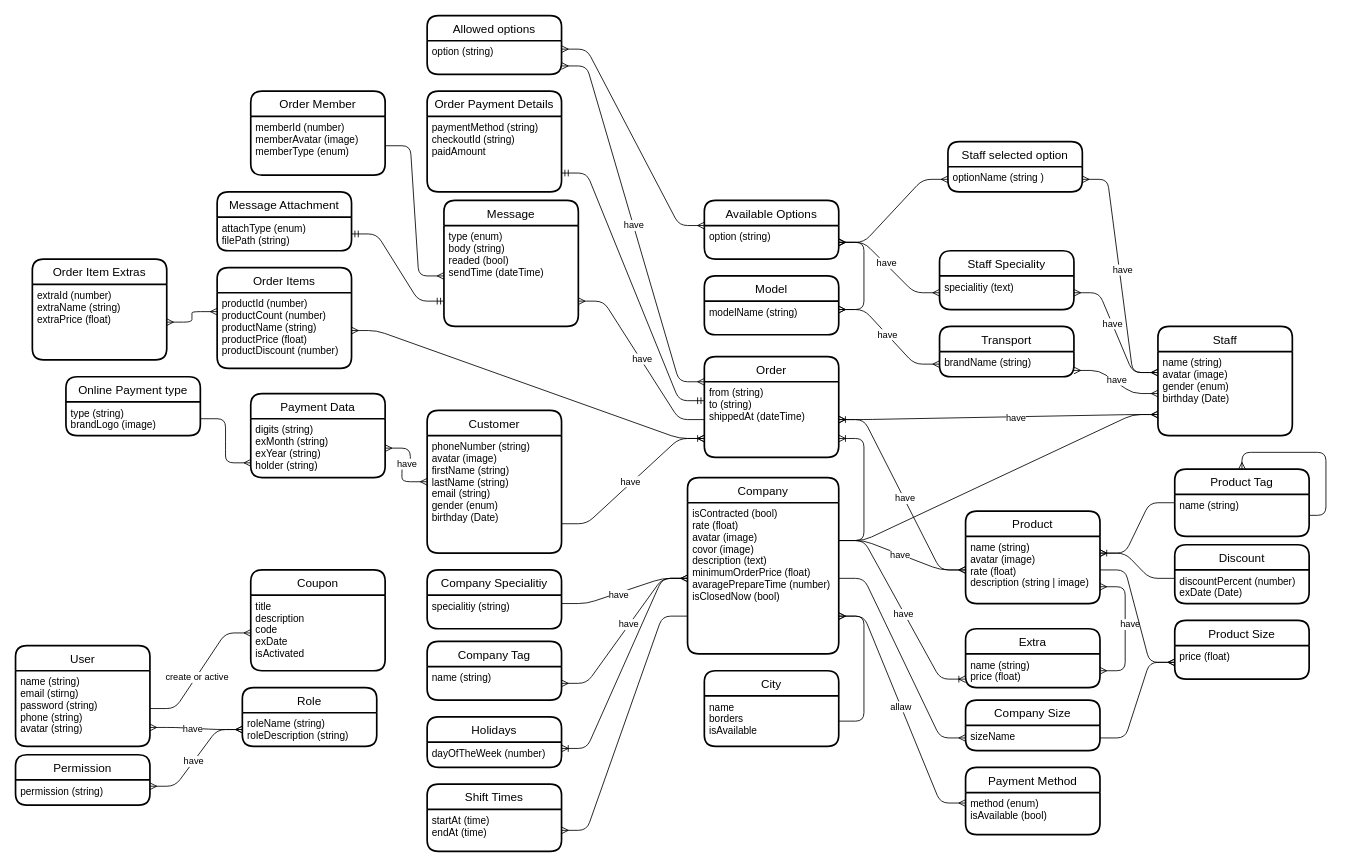
DELIBOXsa/delibox-ER keeps this draw.io diagram as page "logical model" (2 of 2) of Delibox Diagram.drawio. Above is the earlier version. Source tidied: cells renumbered, new cells numbered last; positions are measured from the earlier drawing's top-left corner, leaving out a move shared by most shapes. Both pictures are drawn from the tidied source at 84%, with x=0, y=0 at pixel (15, 15).
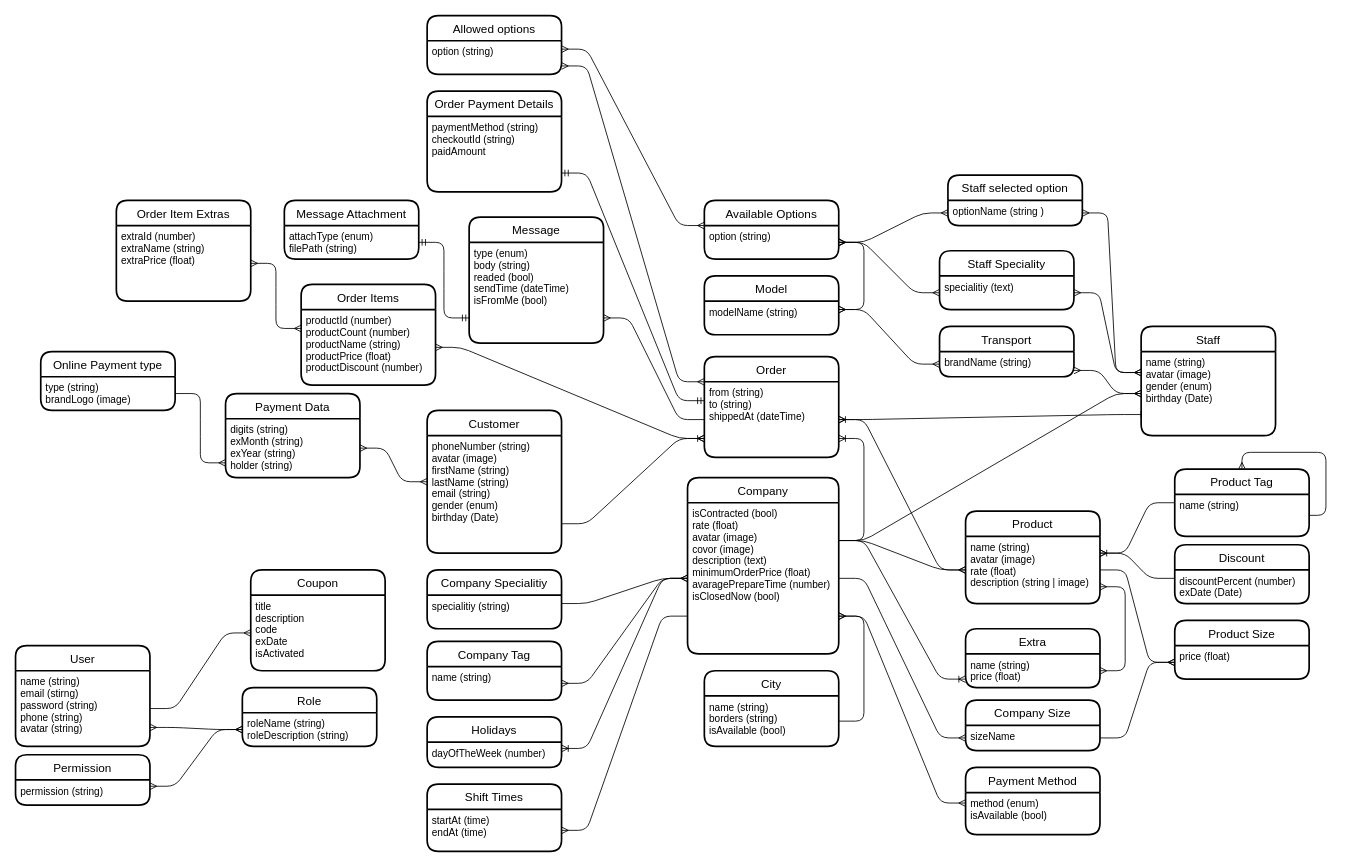
After the change.

Unchanged cells that the change refers to:
```xml
<mxCell id="3" value="isContracted (bool) &#10;rate (float)&#10;avatar (image)&#10;covor (image)&#10;description (text)&#10;minimumOrderPrice (float)&#10;avaragePrepareTime (number)&#10;isClosedNow (bool)" style="align=left;strokeColor=none;fillColor=none;spacingLeft=4;fontSize=12;verticalAlign=top;rounded=1;" parent="2" vertex="1">
  <mxGeometry y="30" width="180" height="180" as="geometry" />
</mxCell>
<mxCell id="7" value="name (string)&#10;avatar (image)&#10;gender (enum)&#10;birthday (Date)" style="align=left;strokeColor=none;fillColor=none;spacingLeft=4;fontSize=12;verticalAlign=top;rounded=1;" parent="6" vertex="1">
  <mxGeometry y="30" width="160" height="100" as="geometry" />
</mxCell>
<mxCell id="10" style="edgeStyle=entityRelationEdgeStyle;fontSize=12;html=1;endArrow=ERmany;exitX=1;exitY=0.25;exitDx=0;exitDy=0;entryX=0;entryY=0.5;entryDx=0;entryDy=0;" parent="1" edge="1" source="3" target="9">
  <mxGeometry relative="1" as="geometry" />
</mxCell>
<mxCell id="15" value="from (string)&#10;to (string)&#10;shippedAt (dateTime)" style="align=left;strokeColor=none;fillColor=none;spacingLeft=4;fontSize=12;verticalAlign=top;rounded=1;" parent="14" vertex="1">
  <mxGeometry y="30" width="160" height="90" as="geometry" />
</mxCell>
<mxCell id="16" style="edgeStyle=entityRelationEdgeStyle;fontSize=12;html=1;endArrow=ERoneToMany;exitX=1;exitY=0.75;exitDx=0;exitDy=0;entryX=0;entryY=0.75;entryDx=0;entryDy=0;" parent="1" edge="1" source="5" target="15">
  <mxGeometry relative="1" as="geometry" />
</mxCell>
<mxCell id="18" style="edgeStyle=entityRelationEdgeStyle;fontSize=12;html=1;endArrow=ERoneToMany;entryX=1;entryY=0.5;entryDx=0;entryDy=0;exitX=0;exitY=0.5;exitDx=0;exitDy=0;startArrow=ERmany;startFill=0;" parent="1" edge="1" source="9" target="15">
  <mxGeometry relative="1" as="geometry" />
</mxCell>
<mxCell id="24" style="edgeStyle=entityRelationEdgeStyle;fontSize=12;html=1;endArrow=ERmany;entryX=1;entryY=0.75;entryDx=0;entryDy=0;exitX=0;exitY=0.5;exitDx=0;exitDy=0;" parent="1" edge="1" source="15" target="23">
  <mxGeometry relative="1" as="geometry" />
</mxCell>
<mxCell id="28" style="edgeStyle=entityRelationEdgeStyle;fontSize=12;html=1;endArrow=ERmany;startArrow=ERmany;exitX=1;exitY=0.75;exitDx=0;exitDy=0;" parent="1" edge="1" source="27" target="7">
  <mxGeometry relative="1" as="geometry" />
</mxCell>
<mxCell id="32" style="edgeStyle=entityRelationEdgeStyle;fontSize=12;html=1;endArrow=ERmany;startArrow=ERmany;exitX=1;exitY=0.25;exitDx=0;exitDy=0;entryX=0;entryY=0.5;entryDx=0;entryDy=0;" parent="1" edge="1" source="119" target="27">
  <mxGeometry relative="1" as="geometry" />
</mxCell>
<mxCell id="36" style="edgeStyle=entityRelationEdgeStyle;fontSize=12;html=1;endArrow=ERoneToMany;entryX=0;entryY=0.75;entryDx=0;entryDy=0;exitX=1;exitY=0.25;exitDx=0;exitDy=0;" parent="1" edge="1" source="3" target="35">
  <mxGeometry relative="1" as="geometry" />
</mxCell>
<mxCell id="38" style="edgeStyle=entityRelationEdgeStyle;fontSize=12;html=1;endArrow=ERmany;startArrow=ERmany;exitX=1;exitY=0.5;exitDx=0;exitDy=0;entryX=1;entryY=0.75;entryDx=0;entryDy=0;" parent="1" edge="1" source="35" target="9">
  <mxGeometry relative="1" as="geometry" />
</mxCell>
<mxCell id="42" style="edgeStyle=entityRelationEdgeStyle;fontSize=12;html=1;endArrow=ERmany;startArrow=ERmany;exitX=1;exitY=0.75;exitDx=0;exitDy=0;entryX=0;entryY=0.5;entryDx=0;entryDy=0;" parent="1" edge="1" source="13" target="41">
  <mxGeometry relative="1" as="geometry" />
</mxCell>
<mxCell id="46" style="edgeStyle=entityRelationEdgeStyle;fontSize=12;html=1;endArrow=ERmany;startArrow=ERmany;exitX=1;exitY=0.25;exitDx=0;exitDy=0;entryX=0;entryY=0.5;entryDx=0;entryDy=0;" parent="1" edge="1" source="45" target="41">
  <mxGeometry relative="1" as="geometry" />
</mxCell>
<mxCell id="50" style="edgeStyle=entityRelationEdgeStyle;fontSize=12;html=1;endArrow=ERmany;startArrow=ERmany;" parent="1" edge="1" source="31" target="49">
  <mxGeometry relative="1" as="geometry" />
</mxCell>
<mxCell id="52" style="edgeStyle=entityRelationEdgeStyle;fontSize=12;html=1;endArrow=ERmany;startArrow=ERmany;exitX=1;exitY=0.5;exitDx=0;exitDy=0;entryX=0;entryY=0.25;entryDx=0;entryDy=0;" parent="1" edge="1" source="49" target="7">
  <mxGeometry relative="1" as="geometry" />
</mxCell>
<mxCell id="56" style="edgeStyle=entityRelationEdgeStyle;fontSize=12;html=1;endArrow=ERmany;startArrow=ERmany;exitX=0;exitY=0.25;exitDx=0;exitDy=0;entryX=1;entryY=0.5;entryDx=0;entryDy=0;" parent="1" edge="1" source="7" target="55">
  <mxGeometry relative="1" as="geometry" />
</mxCell>
<mxCell id="60" style="edgeStyle=entityRelationEdgeStyle;fontSize=12;html=1;endArrow=ERmany;startArrow=ERmany;sketch=0;curved=0;exitX=0;exitY=0;exitDx=0;exitDy=0;entryX=1;entryY=0.75;entryDx=0;entryDy=0;" parent="1" edge="1" source="15" target="59">
  <mxGeometry relative="1" as="geometry" />
</mxCell>
<mxCell id="65" style="edgeStyle=entityRelationEdgeStyle;fontSize=12;html=1;endArrow=ERmany;startArrow=ERmany;sketch=0;curved=0;exitX=1;exitY=0.75;exitDx=0;exitDy=0;entryX=0;entryY=0.25;entryDx=0;entryDy=0;" parent="1" edge="1" source="3" target="64">
  <mxGeometry relative="1" as="geometry" />
</mxCell>
<mxCell id="69" style="edgeStyle=entityRelationEdgeStyle;fontSize=12;html=1;endArrow=ERmany;startArrow=ERmany;sketch=0;curved=0;entryX=0;entryY=0.5;entryDx=0;entryDy=0;" parent="1" edge="1" source="68" target="4">
  <mxGeometry relative="1" as="geometry" />
</mxCell>
<mxCell id="73" style="edgeStyle=entityRelationEdgeStyle;fontSize=12;html=1;endArrow=ERmany;sketch=0;curved=0;exitX=1;exitY=0.25;exitDx=0;exitDy=0;entryX=0;entryY=0.5;entryDx=0;entryDy=0;" parent="1" edge="1" source="72" target="3">
  <mxGeometry relative="1" as="geometry" />
</mxCell>
<mxCell id="77" style="edgeStyle=entityRelationEdgeStyle;fontSize=12;html=1;endArrow=ERmany;startArrow=ERmany;sketch=0;curved=0;entryX=0;entryY=0.5;entryDx=0;entryDy=0;" parent="1" edge="1" source="76" target="3">
  <mxGeometry relative="1" as="geometry" />
</mxCell>
<mxCell id="122" value="City" style="swimlane;horizontal=1;startSize=30;fontSize=14;fontStyle=0;strokeWidth=2;shadow=0;dashed=0;align=center;rounded=1;" parent="1" vertex="1">
  <mxGeometry x="820" y="780" width="160" height="90" as="geometry" />
</mxCell>
<mxCell id="128" style="edgeStyle=entityRelationEdgeStyle;fontSize=12;html=1;endArrow=ERmany;exitX=1;exitY=0.5;exitDx=0;exitDy=0;entryX=0;entryY=0.5;entryDx=0;entryDy=0;" parent="1" edge="1" source="13" target="127">
  <mxGeometry relative="1" as="geometry" />
</mxCell>
```

Change to the diagram source:
```diff
@@
     <mxCell id="6" value="Staff" style="swimlane;horizontal=1;startSize=30;fontSize=14;fontStyle=0;strokeWidth=2;shadow=0;dashed=0;align=center;rounded=1;" parent="1" vertex="1">
-      <mxGeometry x="1360" y="370" width="160" height="130" as="geometry" />
+      <mxGeometry x="1340" y="370" width="160" height="130" as="geometry" />
     </mxCell>
@@
-    <mxCell id="11" value="have" style="edgeLabel;html=1;align=center;verticalAlign=middle;rounded=1;" parent="10" vertex="1">
-      <mxGeometry x="-0.04" relative="1" as="geometry" />
-    </mxCell>
@@
-    <mxCell id="17" value="have" style="edgeLabel;html=1;align=center;verticalAlign=middle;rounded=1;" parent="16" vertex="1">
-      <mxGeometry x="-0.03" y="2" relative="1" as="geometry" />
-    </mxCell>
@@
-    <mxCell id="19" value="have" style="edgeLabel;html=1;align=center;verticalAlign=middle;rounded=1;" parent="18" vertex="1">
-      <mxGeometry x="-0.04" y="-1" relative="1" as="geometry" />
-    </mxCell>
-    <mxCell id="20" style="edgeStyle=entityRelationEdgeStyle;fontSize=12;html=1;endArrow=ERmany;startArrow=ERmany;exitX=1;exitY=0.5;exitDx=0;exitDy=0;entryX=0;entryY=0.75;entryDx=0;entryDy=0;" parent="1" edge="1" source="15" target="7">
+    <mxCell id="20" style="edgeStyle=entityRelationEdgeStyle;fontSize=12;html=1;endArrow=baseDash;startArrow=ERmany;exitX=1;exitY=0.5;exitDx=0;exitDy=0;endFill=0;entryX=0;entryY=0.75;entryDx=0;entryDy=0;" parent="1" edge="1" source="15" target="7">
       <mxGeometry relative="1" as="geometry" />
     </mxCell>
-    <mxCell id="21" value="have" style="edgeLabel;html=1;align=center;verticalAlign=middle;rounded=1;" parent="20" vertex="1">
-      <mxGeometry x="0.11" y="-1" relative="1" as="geometry" />
-    </mxCell>
     <mxCell id="22" value="Message" style="swimlane;horizontal=1;startSize=30;fontSize=14;fontStyle=0;strokeWidth=2;shadow=0;dashed=0;align=center;rounded=1;" parent="1" vertex="1">
-      <mxGeometry x="510" y="220" width="160" height="150" as="geometry" />
+      <mxGeometry x="540" y="240" width="160" height="150" as="geometry" />
     </mxCell>
-    <mxCell id="23" value="type (enum)&#10;body (string)&#10;readed (bool)&#10;sendTime (dateTime)" style="align=left;strokeColor=none;fillColor=none;spacingLeft=4;fontSize=12;verticalAlign=top;rounded=1;" parent="22" vertex="1">
+    <mxCell id="23" value="type (enum)&#10;body (string)&#10;readed (bool)&#10;sendTime (dateTime)&#10;isFromMe (bool)" style="align=left;strokeColor=none;fillColor=none;spacingLeft=4;fontSize=12;verticalAlign=top;rounded=1;" parent="22" vertex="1">
       <mxGeometry y="30" width="160" height="120" as="geometry" />
     </mxCell>
@@
-    <mxCell id="25" value="have" style="edgeLabel;html=1;align=center;verticalAlign=middle;rounded=1;" parent="24" vertex="1">
-      <mxGeometry x="0.01" y="-1" relative="1" as="geometry" />
-    </mxCell>
@@
-    <mxCell id="29" value="have" style="edgeLabel;html=1;align=center;verticalAlign=middle;rounded=1;" parent="28" vertex="1">
-      <mxGeometry x="-0.04" y="2" relative="1" as="geometry">
-        <mxPoint x="1" as="offset" />
-      </mxGeometry>
-    </mxCell>
@@
-    <mxCell id="33" value="have" style="edgeLabel;html=1;align=center;verticalAlign=middle;rounded=1;" parent="32" vertex="1">
-      <mxGeometry x="-0.06" relative="1" as="geometry" />
-    </mxCell>
@@
-    <mxCell id="37" value="have" style="edgeLabel;html=1;align=center;verticalAlign=middle;rounded=1;" parent="36" vertex="1">
-      <mxGeometry x="0.04" y="-1" relative="1" as="geometry" />
-    </mxCell>
@@
-    <mxCell id="39" value="have" style="edgeLabel;html=1;align=center;verticalAlign=middle;rounded=1;" parent="38" vertex="1">
-      <mxGeometry x="0.08" y="-5" relative="1" as="geometry" />
-    </mxCell>
@@
-    <mxCell id="43" value="have" style="edgeLabel;html=1;align=center;verticalAlign=middle;rounded=1;" parent="42" vertex="1">
-      <mxGeometry x="-0.08" relative="1" as="geometry" />
-    </mxCell>
@@
-    <mxCell id="47" value="have" style="edgeLabel;html=1;align=center;verticalAlign=middle;rounded=1;" parent="46" vertex="1">
-      <mxGeometry x="-0.07" y="1" relative="1" as="geometry" />
-    </mxCell>
@@
-    <mxCell id="51" value="have" style="edgeLabel;html=1;align=center;verticalAlign=middle;rounded=1;" parent="50" vertex="1">
-      <mxGeometry x="-0.09" y="2" relative="1" as="geometry" />
-    </mxCell>
@@
-    <mxCell id="53" value="have" style="edgeLabel;html=1;align=center;verticalAlign=middle;rounded=1;" parent="52" vertex="1">
-      <mxGeometry x="-0.14" relative="1" as="geometry" />
-    </mxCell>
     <mxCell id="54" value="Staff selected option" style="swimlane;horizontal=1;startSize=30;fontSize=14;fontStyle=0;strokeWidth=2;shadow=0;dashed=0;align=center;rounded=1;" parent="1" vertex="1">
-      <mxGeometry x="1110" y="150" width="160" height="60" as="geometry" />
+      <mxGeometry x="1110" y="190" width="160" height="60" as="geometry" />
     </mxCell>
@@
-    <mxCell id="57" value="have" style="edgeLabel;html=1;align=center;verticalAlign=middle;rounded=1;" parent="56" vertex="1">
-      <mxGeometry x="0.05" y="-3" relative="1" as="geometry" />
-    </mxCell>
@@
-    <mxCell id="61" value="have" style="edgeLabel;html=1;align=center;verticalAlign=middle;rounded=1;" parent="60" vertex="1">
-      <mxGeometry x="-0.01" relative="1" as="geometry" />
-    </mxCell>
@@
-    <mxCell id="66" value="allaw" style="edgeLabel;html=1;align=center;verticalAlign=middle;rounded=1;" parent="65" vertex="1">
-      <mxGeometry x="-0.02" y="-1" relative="1" as="geometry">
-        <mxPoint y="-1" as="offset" />
-      </mxGeometry>
-    </mxCell>
     <mxCell id="67" value="Payment Data" style="swimlane;horizontal=1;startSize=30;fontSize=14;fontStyle=0;strokeWidth=2;shadow=0;dashed=0;align=center;sketch=0;rounded=1;" parent="1" vertex="1">
-      <mxGeometry x="280" y="450" width="160" height="100" as="geometry" />
+      <mxGeometry x="250" y="450" width="160" height="100" as="geometry" />
     </mxCell>
@@
-    <mxCell id="70" value="have" style="edgeLabel;html=1;align=center;verticalAlign=middle;rounded=1;" parent="69" vertex="1">
-      <mxGeometry y="-2" relative="1" as="geometry" />
-    </mxCell>
@@
-    <mxCell id="74" value="have" style="edgeLabel;html=1;align=center;verticalAlign=middle;rounded=1;" parent="73" vertex="1">
-      <mxGeometry x="-0.11" y="-2" relative="1" as="geometry" />
-    </mxCell>
@@
-    <mxCell id="78" value="have" style="edgeLabel;html=1;align=center;verticalAlign=middle;rounded=1;" parent="77" vertex="1">
-      <mxGeometry x="0.08" y="1" relative="1" as="geometry" />
-    </mxCell>
@@
     <mxCell id="103" value="Order Items" style="swimlane;horizontal=1;startSize=30;fontSize=14;fontStyle=0;strokeWidth=2;shadow=0;dashed=0;align=center;rounded=1;" parent="1" vertex="1">
-      <mxGeometry x="240" y="300" width="160" height="120" as="geometry" />
+      <mxGeometry x="340" y="320" width="160" height="120" as="geometry" />
     </mxCell>
@@
     <mxCell id="106" value="Order Item Extras" style="swimlane;horizontal=1;startSize=30;fontSize=14;fontStyle=0;strokeWidth=2;shadow=0;dashed=0;align=center;rounded=1;" parent="1" vertex="1">
-      <mxGeometry x="20" y="290" width="160" height="120" as="geometry" />
+      <mxGeometry x="120" y="220" width="160" height="120" as="geometry" />
     </mxCell>
@@
     <mxCell id="109" value="Online Payment type" style="swimlane;horizontal=1;startSize=30;fontSize=14;fontStyle=0;strokeWidth=2;shadow=0;dashed=0;align=center;rounded=1;" parent="1" vertex="1">
-      <mxGeometry x="60" y="430" width="160" height="70" as="geometry" />
+      <mxGeometry x="30" y="400" width="160" height="70" as="geometry" />
     </mxCell>
@@
     <mxCell id="112" value="Message Attachment" style="swimlane;horizontal=1;startSize=30;fontSize=14;fontStyle=0;strokeWidth=2;shadow=0;dashed=0;align=center;rounded=1;" parent="1" vertex="1">
-      <mxGeometry x="240" y="210" width="160" height="70" as="geometry" />
+      <mxGeometry x="320" y="220" width="160" height="70" as="geometry" />
     </mxCell>
@@
-    <mxCell id="114" value="Order Member" style="swimlane;horizontal=1;startSize=30;fontSize=14;fontStyle=0;strokeWidth=2;shadow=0;dashed=0;align=center;rounded=1;" parent="1" vertex="1">
-      <mxGeometry x="280" y="90" width="160" height="100" as="geometry" />
-    </mxCell>
-    <mxCell id="115" value="memberId (number)&#10;memberAvatar (image)&#10;memberType (enum)" style="align=left;strokeColor=none;fillColor=none;spacingLeft=4;fontSize=12;verticalAlign=top;rounded=1;" parent="114" vertex="1">
-      <mxGeometry y="30" width="160" height="70" as="geometry" />
-    </mxCell>
@@
-    <mxCell id="117" style="edgeStyle=entityRelationEdgeStyle;fontSize=12;html=1;endArrow=ERmany;exitX=1;exitY=0.5;exitDx=0;exitDy=0;entryX=0;entryY=0.5;entryDx=0;entryDy=0;" parent="1" edge="1" source="115" target="23">
-      <mxGeometry relative="1" as="geometry" />
-    </mxCell>
@@
-    <mxCell id="123" value="name&#10;borders&#10;isAvailable" style="align=left;strokeColor=none;fillColor=none;spacingLeft=4;fontSize=12;verticalAlign=top;rounded=1;" parent="122" vertex="1">
+    <mxCell id="123" value="name (string)&#10;borders (string)&#10;isAvailable (bool)" style="align=left;strokeColor=none;fillColor=none;spacingLeft=4;fontSize=12;verticalAlign=top;rounded=1;" parent="122" vertex="1">
       <mxGeometry y="30" width="160" height="60" as="geometry" />
     </mxCell>
@@
-    <mxCell id="125" style="edgeStyle=entityRelationEdgeStyle;fontSize=12;html=1;endArrow=ERmany;exitX=1;exitY=0.25;exitDx=0;exitDy=0;entryX=0;entryY=0.75;entryDx=0;entryDy=0;" parent="1" edge="1" source="3" target="7">
+    <mxCell id="125" style="edgeStyle=entityRelationEdgeStyle;fontSize=12;html=1;endArrow=ERmany;exitX=1;exitY=0.25;exitDx=0;exitDy=0;entryX=0;entryY=0.5;entryDx=0;entryDy=0;" parent="1" edge="1" source="3" target="7">
       <mxGeometry relative="1" as="geometry" />
     </mxCell>
@@
-    <mxCell id="129" value="create or active" style="edgeLabel;html=1;align=center;verticalAlign=middle;" parent="128" vertex="1">
-      <mxGeometry x="-0.1" relative="1" as="geometry">
-        <mxPoint y="1" as="offset" />
-      </mxGeometry>
-    </mxCell>
```
